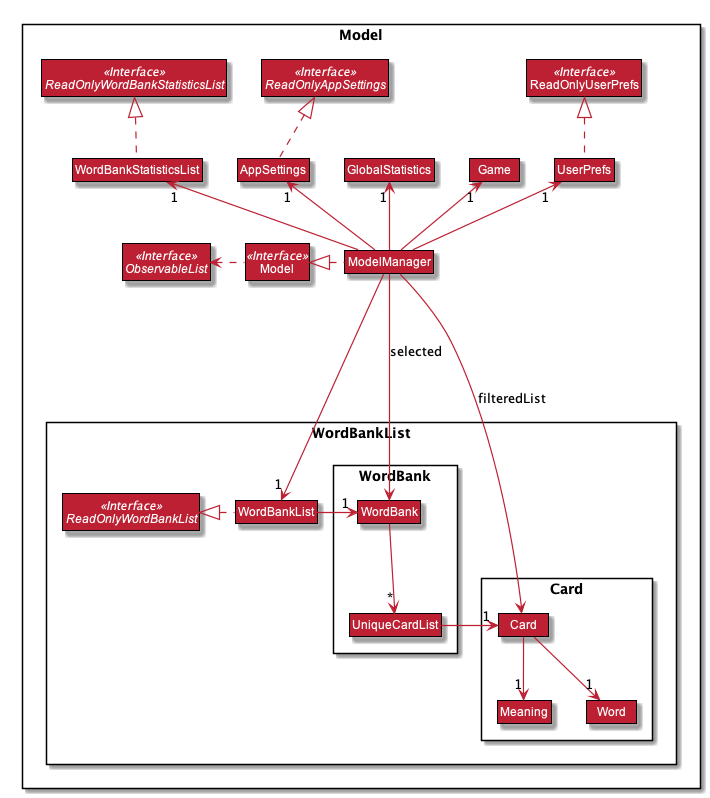
Before: images/ModelClassDiagram.png, a diagram exported from PlantUML (AY1920S1-CS2103T-T11-2/main).
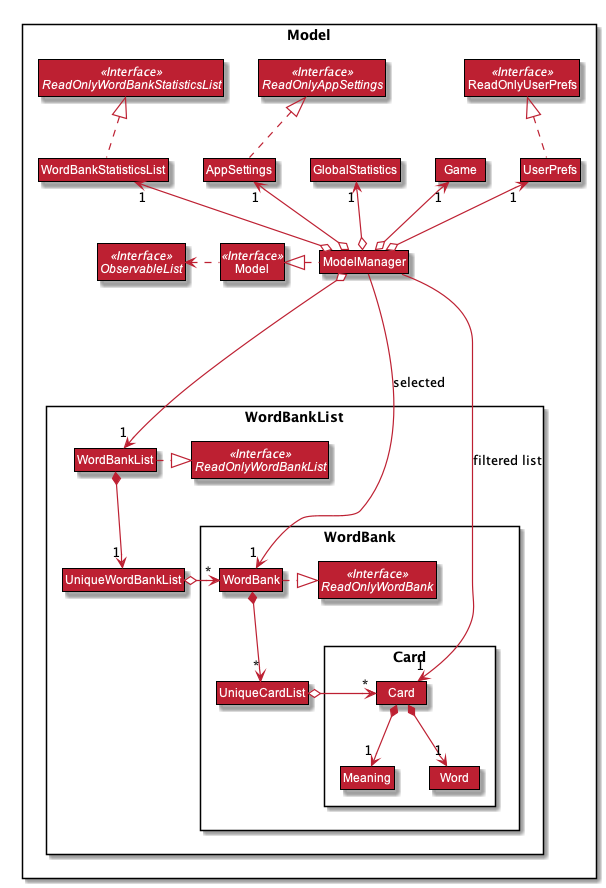
After the change.

Diff of the diagram source:
```diff
@@ -1,4 +1,5 @@
 @startuml
+
 
 
 
@@ -76,12 +77,13 @@
 
 Package WordBankList {
 Interface ReadOnlyWordBankList <<Interface>>
+Class WordBankList
+Class UniqueWordBankList
 
-Class WordBankList
 Package WordBank {
+Interface ReadOnlyWordBank <<Interface>>
 Class WordBank
 Class UniqueCardList
-}
 
 Package Card {
 Class Card
@@ -89,28 +91,34 @@
 Class Word
 }
 }
+}
 
-WordBankList .left.|> ReadOnlyWordBankList
+WordBankList .right.|> ReadOnlyWordBankList
 WordBankStatisticsList .up.|> ReadOnlyWordBankStatisticsList
 AppSettings .up.|> ReadOnlyAppSettings
 
+
 ModelManager .left.|> Model
 Model .left.> ObservableList
-ModelManager -down--> "1" WordBankList
-ModelManager -up-> "1" WordBankStatisticsList
-ModelManager -up-> "1" GlobalStatistics
-ModelManager -up-> "1" AppSettings
-ModelManager -up-> "1" UserPrefs
-ModelManager -up-> "1" Game
+ModelManager o-down--> "1" WordBankList
+ModelManager o-up-> "1" WordBankStatisticsList
+ModelManager o-up-> "1" GlobalStatistics
+ModelManager o-up-> "1" AppSettings
+ModelManager o-up-> "1" UserPrefs
+ModelManager o-up-> "1" Game
 UserPrefs .up.|> ReadOnlyUserPrefs
 
-WordBankList -right-> "1" WordBank
-WordBank --> "*" UniqueCardList
-UniqueCardList -right-> "1" Card
-Card --> "1" Word
-Card --> "1" Meaning
+WordBankList *-down-> "1" UniqueWordBankList
+UniqueWordBankList o-right-> "*" WordBank
 
-ModelManager --> WordBank : selected
-ModelManager --> Card : filteredList
+WordBank .right.|> ReadOnlyWordBank
+WordBank *-down-> "*" UniqueCardList
+UniqueCardList o-right-> "*" Card
+
+Card *--> "1" Meaning
+Card *--> "1" Word
+
+ModelManager --> "1" WordBank : selected
+ModelManager --> "1" Card : filtered list
 
 @enduml
```
